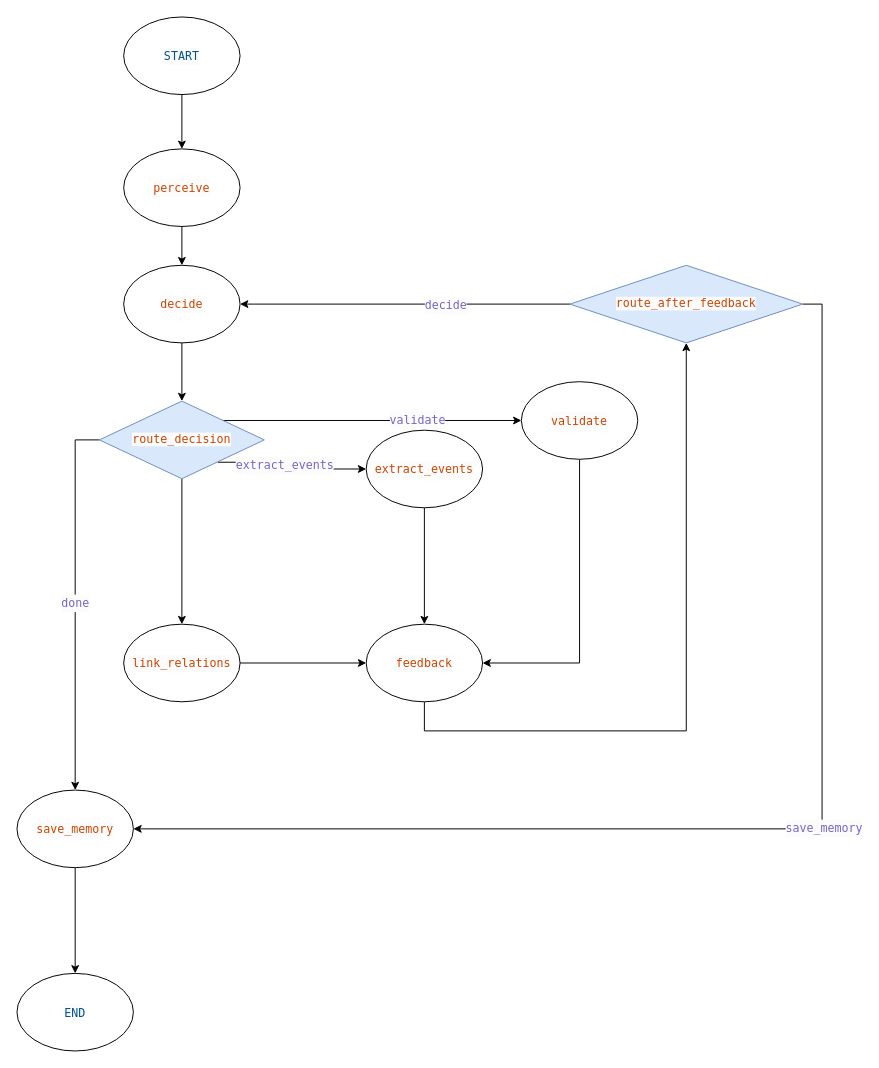
Earlier version of the draw.io diagram 事件抽取langgraph.drawio (dfqxyfy/image). Source tidied: cells renumbered, new cells numbered last; positions are measured from the earlier drawing's top-left corner, leaving out a move shared by most shapes. Both pictures are drawn from the tidied source at 97%, with x=0, y=0 at pixel (16, 16).
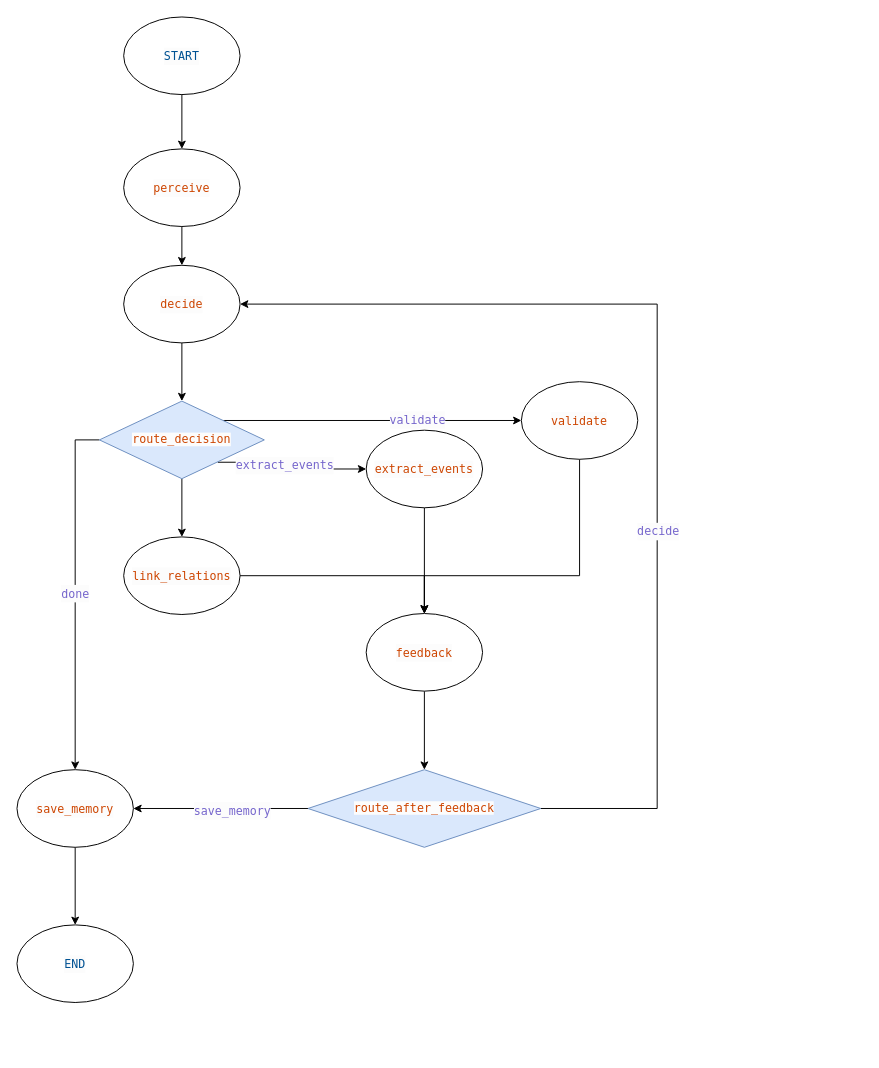
Above is the later version.

Commit message:
更新事件抽取langgraph.drawio

Unchanged cells that the change refers to:
```xml
<mxCell id="5" value="&lt;div style=&quot;color: rgb(20, 20, 20); background-color: rgb(252, 252, 252); font-family: Menlo, Monaco, &amp;quot;Courier New&amp;quot;, monospace; line-height: 18px; white-space: pre;&quot;&gt;&lt;span style=&quot;color: rgb(205, 69, 0);&quot;&gt;decide&lt;/span&gt;&lt;/div&gt;" style="ellipse;whiteSpace=wrap;html=1;shapeInside=1;" parent="1" vertex="1">
  <mxGeometry x="110" y="256" width="120" height="80" as="geometry" />
</mxCell>
<mxCell id="11" value="&lt;div style=&quot;color: rgb(20, 20, 20); background-color: rgb(252, 252, 252); font-family: Menlo, Monaco, &amp;quot;Courier New&amp;quot;, monospace; line-height: 18px; white-space: pre;&quot;&gt;&lt;span style=&quot;color: rgb(205, 69, 0);&quot;&gt;validate&lt;/span&gt;&lt;/div&gt;" style="ellipse;whiteSpace=wrap;html=1;shapeInside=1;" parent="1" vertex="1">
  <mxGeometry x="520" y="376" width="120" height="80" as="geometry" />
</mxCell>
```

Change to the diagram source:
```diff
@@
-    <mxCell id="8" style="edgeStyle=orthogonalEdgeStyle;rounded=0;jettySize=auto;html=1;entryX=0;entryY=0.5;entryDx=0;entryDy=0;" parent="1" edge="1" source="9" target="13">
+    <mxCell id="8" style="edgeStyle=orthogonalEdgeStyle;rounded=0;jettySize=auto;html=1;entryX=0.5;entryY=0;entryDx=0;entryDy=0;" parent="1" edge="1" source="9" target="13">
       <mxGeometry relative="1" as="geometry" />
     </mxCell>
     <mxCell id="9" value="&lt;div style=&quot;color: rgb(20, 20, 20); background-color: rgb(252, 252, 252); font-family: Menlo, Monaco, &amp;quot;Courier New&amp;quot;, monospace; line-height: 18px; white-space: pre;&quot;&gt;&lt;span style=&quot;color: rgb(205, 69, 0);&quot;&gt;link_relations&lt;/span&gt;&lt;/div&gt;" style="ellipse;whiteSpace=wrap;html=1;shapeInside=1;" parent="1" vertex="1">
-      <mxGeometry x="110" y="626" width="120" height="80" as="geometry" />
+      <mxGeometry x="110" y="536" width="120" height="80" as="geometry" />
     </mxCell>
-    <mxCell id="10" style="edgeStyle=orthogonalEdgeStyle;rounded=0;jettySize=auto;html=1;entryX=1;entryY=0.5;entryDx=0;entryDy=0;exitX=0.5;exitY=1;exitDx=0;exitDy=0;" parent="1" edge="1" source="11" target="13">
-      <mxGeometry relative="1" as="geometry" />
+    <mxCell id="10" style="edgeStyle=orthogonalEdgeStyle;rounded=0;jettySize=auto;html=1;entryX=0.5;entryY=0;entryDx=0;entryDy=0;exitX=0.5;exitY=1;exitDx=0;exitDy=0;" parent="1" edge="1" source="11" target="13">
+      <mxGeometry relative="1" as="geometry">
+        <Array as="points">
+          <mxPoint x="580" y="576" />
+          <mxPoint x="420" y="576" />
+        </Array>
+      </mxGeometry>
     </mxCell>
@@
-    <mxCell id="12" style="edgeStyle=orthogonalEdgeStyle;rounded=0;jettySize=auto;html=1;entryX=0.5;entryY=1;entryDx=0;entryDy=0;" parent="1" edge="1" source="13" target="30">
-      <mxGeometry relative="1" as="geometry">
-        <Array as="points">
-          <mxPoint x="420" y="736" />
-          <mxPoint x="690" y="736" />
-        </Array>
-      </mxGeometry>
+    <mxCell id="12" style="edgeStyle=orthogonalEdgeStyle;rounded=0;jettySize=auto;html=1;" parent="1" edge="1" source="13" target="30">
+      <mxGeometry relative="1" as="geometry" />
     </mxCell>
     <mxCell id="13" value="&lt;div style=&quot;color: rgb(20, 20, 20); background-color: rgb(252, 252, 252); font-family: Menlo, Monaco, &amp;quot;Courier New&amp;quot;, monospace; line-height: 18px; white-space: pre;&quot;&gt;&lt;span style=&quot;color: rgb(205, 69, 0);&quot;&gt;feedback&lt;/span&gt;&lt;/div&gt;" style="ellipse;whiteSpace=wrap;html=1;shapeInside=1;" parent="1" vertex="1">
-      <mxGeometry x="360" y="626" width="120" height="80" as="geometry" />
+      <mxGeometry x="360" y="615" width="120" height="80" as="geometry" />
     </mxCell>
@@
     <mxCell id="15" value="&lt;div style=&quot;color: rgb(20, 20, 20); background-color: rgb(252, 252, 252); font-family: Menlo, Monaco, &amp;quot;Courier New&amp;quot;, monospace; line-height: 18px; white-space: pre;&quot;&gt;&lt;span style=&quot;color: rgb(205, 69, 0);&quot;&gt;save_memory&lt;/span&gt;&lt;/div&gt;" style="ellipse;whiteSpace=wrap;html=1;shapeInside=1;" parent="1" vertex="1">
-      <mxGeometry y="797" width="120" height="80" as="geometry" />
+      <mxGeometry y="776" width="120" height="80" as="geometry" />
     </mxCell>
@@
     <mxCell id="18" value="&lt;div style=&quot;color: rgb(20, 20, 20); background-color: rgb(252, 252, 252); font-family: Menlo, Monaco, &amp;quot;Courier New&amp;quot;, monospace; line-height: 18px; white-space: pre;&quot;&gt;&lt;div style=&quot;line-height: 18px;&quot;&gt;&lt;span style=&quot;color: #005293;&quot;&gt;END&lt;/span&gt;&lt;/div&gt;&lt;/div&gt;" style="ellipse;whiteSpace=wrap;html=1;shapeInside=1;" parent="1" vertex="1">
-      <mxGeometry y="986" width="120" height="80" as="geometry" />
+      <mxGeometry y="936" width="120" height="80" as="geometry" />
     </mxCell>
@@
-    <mxCell id="26" style="edgeStyle=orthogonalEdgeStyle;rounded=0;jettySize=auto;html=1;entryX=1;entryY=0.5;entryDx=0;entryDy=0;exitX=1;exitY=0.5;exitDx=0;exitDy=0;" parent="1" edge="1" source="30" target="15">
+    <mxCell id="26" style="edgeStyle=orthogonalEdgeStyle;rounded=0;jettySize=auto;html=1;entryX=1;entryY=0.5;entryDx=0;entryDy=0;exitX=0;exitY=0.5;exitDx=0;exitDy=0;" parent="1" edge="1" source="30" target="15">
       <mxGeometry relative="1" as="geometry" />
     </mxCell>
@@
-    <mxCell id="28" style="edgeStyle=orthogonalEdgeStyle;rounded=0;jettySize=auto;html=1;entryX=1;entryY=0.5;entryDx=0;entryDy=0;" parent="1" edge="1" source="30" target="5">
-      <mxGeometry relative="1" as="geometry" />
+    <mxCell id="28" style="edgeStyle=orthogonalEdgeStyle;rounded=0;jettySize=auto;html=1;entryX=1;entryY=0.5;entryDx=0;entryDy=0;exitX=1;exitY=0.5;exitDx=0;exitDy=0;" parent="1" edge="1" source="30" target="5">
+      <mxGeometry relative="1" as="geometry">
+        <Array as="points">
+          <mxPoint x="660" y="816" />
+          <mxPoint x="660" y="296" />
+        </Array>
+      </mxGeometry>
     </mxCell>
@@
     <mxCell id="30" value="&lt;span style=&quot;color: light-dark(rgb(205, 69, 0), rgb(254, 137, 78)); background-color: light-dark(rgb(252, 252, 252), rgb(20, 20, 20)); font-family: Menlo, Monaco, &amp;quot;Courier New&amp;quot;, monospace; white-space: pre;&quot;&gt;route_after_feedback&lt;/span&gt;" style="rhombus;whiteSpace=wrap;html=1;shapeInside=1;fillColor=#dae8fc;strokeColor=#6c8ebf;" parent="1" vertex="1">
-      <mxGeometry x="570" y="256" width="240" height="80" as="geometry" />
+      <mxGeometry x="300" y="776" width="240" height="80" as="geometry" />
     </mxCell>
```
